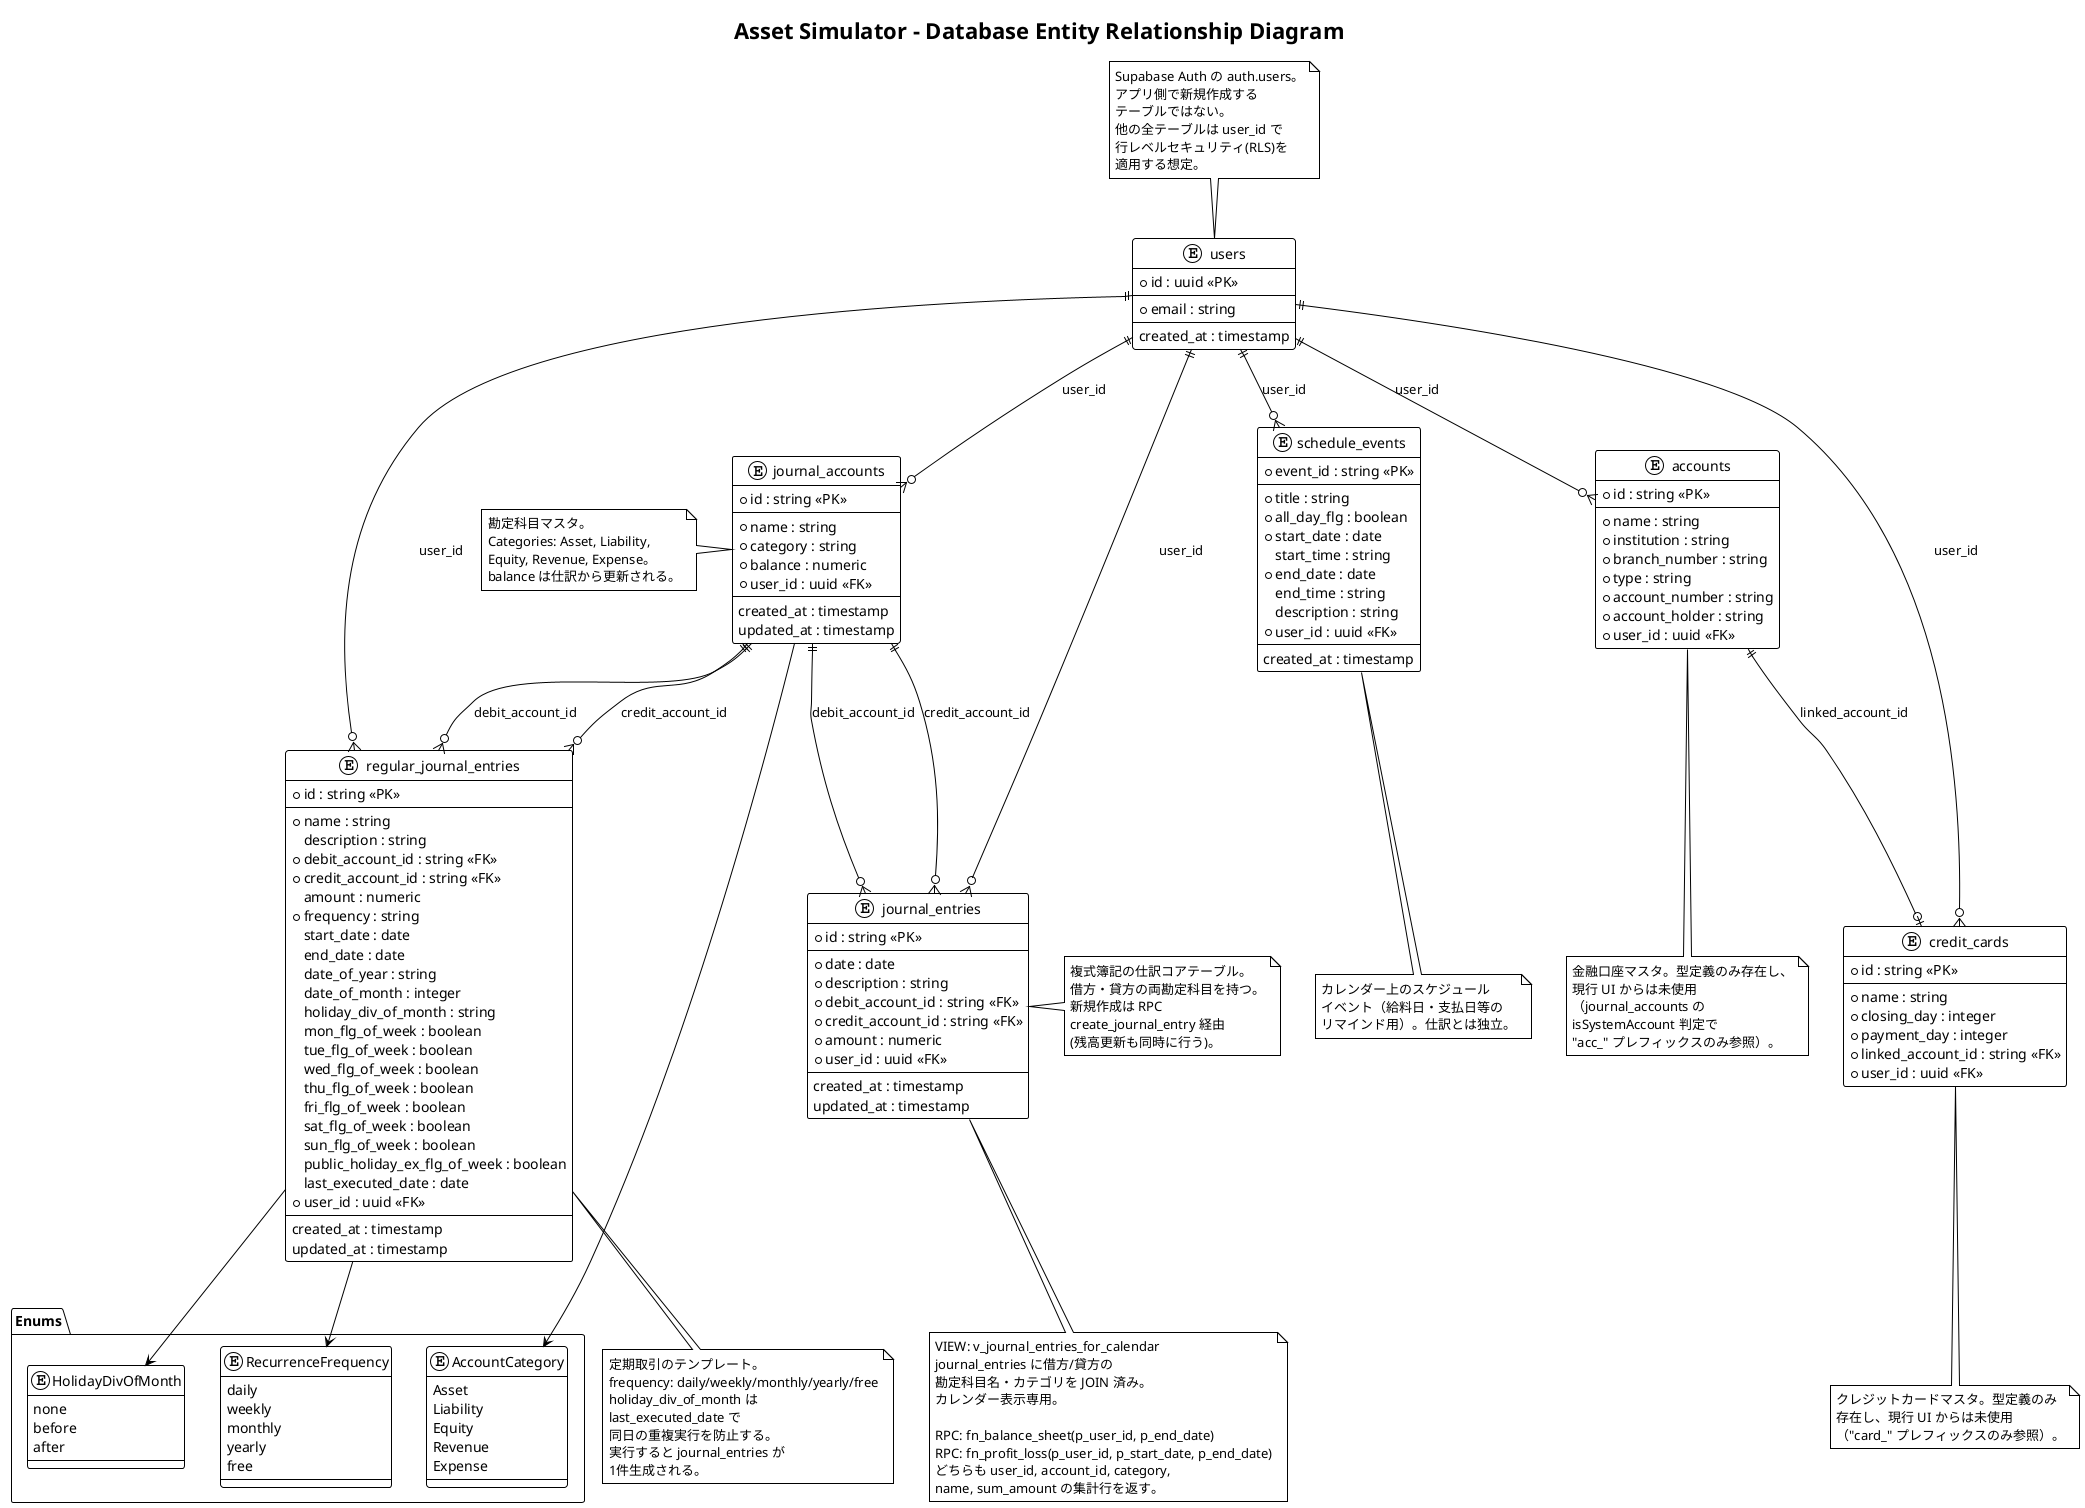
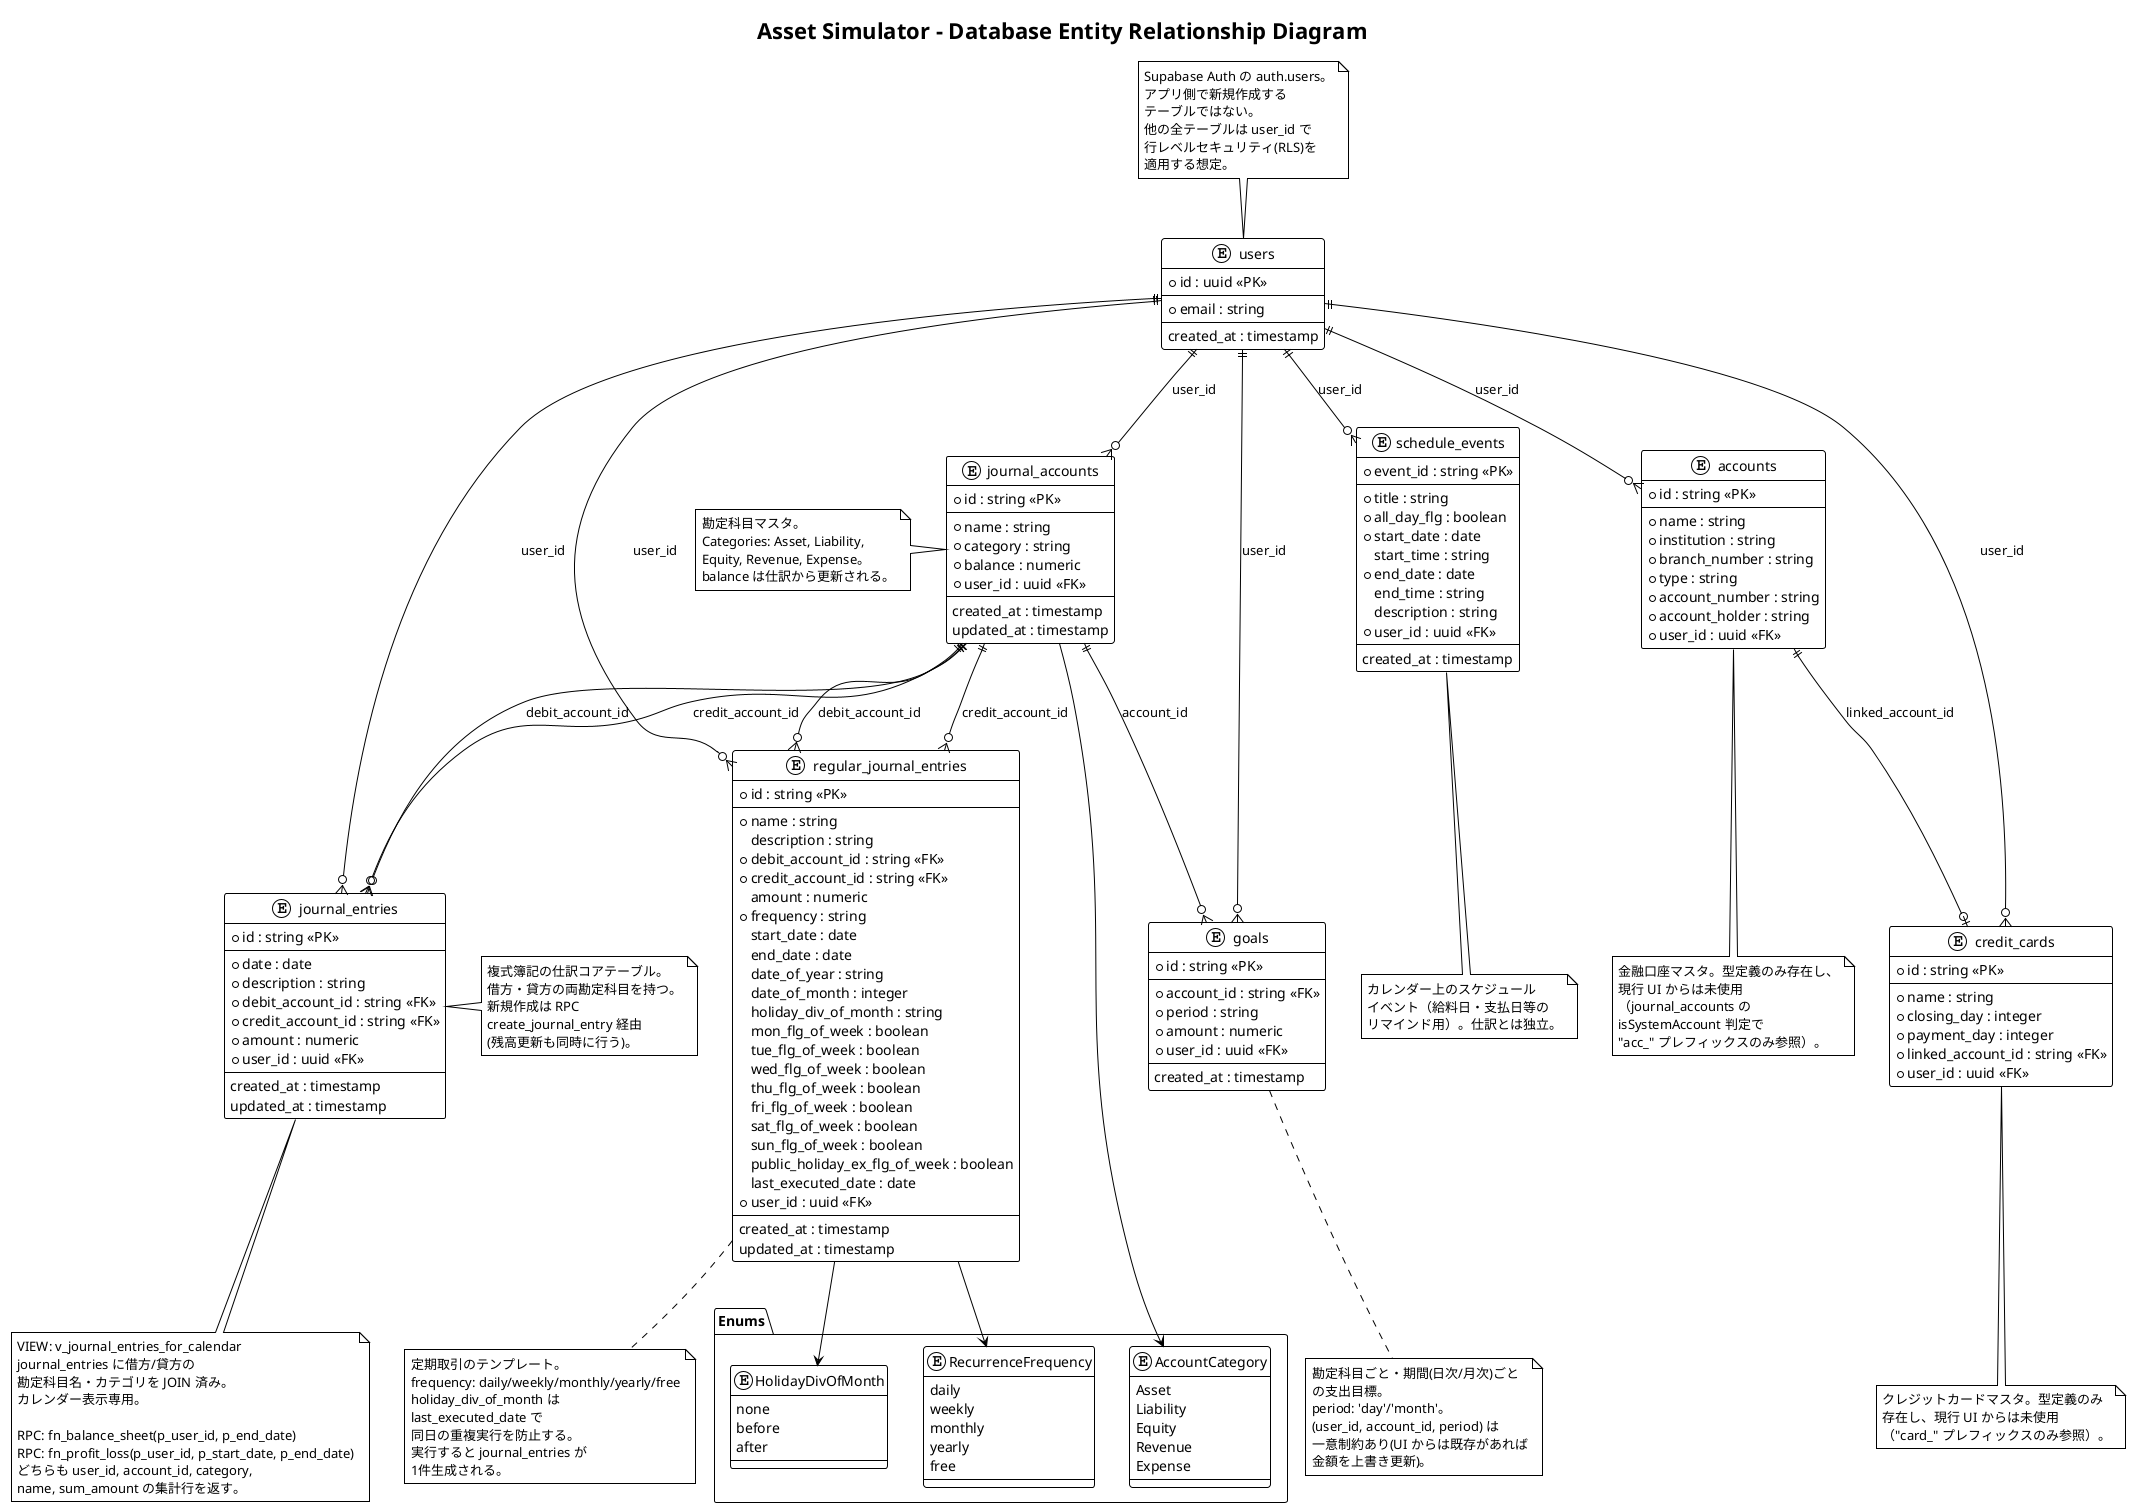
@startuml Database ER Diagram
!theme plain

title Asset Simulator - Database Entity Relationship Diagram

' --- Entities ---
entity "users" as users {
  * id : uuid <<PK>>
  --
  * email : string
  --
  created_at : timestamp
}

entity "journal_accounts" as journal_accounts {
  * id : string <<PK>>
  --
  * name : string
  * category : string
  * balance : numeric
  * user_id : uuid <<FK>>
  --
  created_at : timestamp
  updated_at : timestamp
}

entity "journal_entries" as journal_entries {
  * id : string <<PK>>
  --
  * date : date
  * description : string
  * debit_account_id : string <<FK>>
  * credit_account_id : string <<FK>>
  * amount : numeric
  * user_id : uuid <<FK>>
  --
  created_at : timestamp
  updated_at : timestamp
}

entity "regular_journal_entries" as regular_journal_entries {
  * id : string <<PK>>
  --
  * name : string
  description : string
  * debit_account_id : string <<FK>>
  * credit_account_id : string <<FK>>
  amount : numeric
  * frequency : string
  start_date : date
  end_date : date
  date_of_year : string
  date_of_month : integer
  holiday_div_of_month : string
  mon_flg_of_week : boolean
  tue_flg_of_week : boolean
  wed_flg_of_week : boolean
  thu_flg_of_week : boolean
  fri_flg_of_week : boolean
  sat_flg_of_week : boolean
  sun_flg_of_week : boolean
  public_holiday_ex_flg_of_week : boolean
  last_executed_date : date
  * user_id : uuid <<FK>>
  --
  created_at : timestamp
  updated_at : timestamp
}

entity "schedule_events" as schedule_events {
  * event_id : string <<PK>>
  --
  * title : string
  * all_day_flg : boolean
  * start_date : date
  start_time : string
  * end_date : date
  end_time : string
  description : string
  * user_id : uuid <<FK>>
  --
  created_at : timestamp
}

+ entity "goals" as goals {
+   * id : string <<PK>>
+   --
+   * account_id : string <<FK>>
+   * period : string
+   * amount : numeric
+   * user_id : uuid <<FK>>
+   --
+   created_at : timestamp
+ }
+ 
entity "accounts" as accounts {
  * id : string <<PK>>
  --
  * name : string
  * institution : string
  * branch_number : string
  * type : string
  * account_number : string
  * account_holder : string
  * user_id : uuid <<FK>>
}

entity "credit_cards" as credit_cards {
  * id : string <<PK>>
  --
  * name : string
  * closing_day : integer
  * payment_day : integer
  * linked_account_id : string <<FK>>
  * user_id : uuid <<FK>>
}

' --- Relationships ---
users ||--o{ journal_accounts : "user_id"
users ||--o{ journal_entries : "user_id"
users ||--o{ regular_journal_entries : "user_id"
users ||--o{ schedule_events : "user_id"
users ||--o{ accounts : "user_id"
users ||--o{ credit_cards : "user_id"
+ users ||--o{ goals : "user_id"

accounts ||--o| credit_cards : "linked_account_id"

journal_accounts ||--o{ journal_entries : "debit_account_id"
journal_accounts ||--o{ journal_entries : "credit_account_id"

journal_accounts ||--o{ regular_journal_entries : "debit_account_id"
journal_accounts ||--o{ regular_journal_entries : "credit_account_id"
+ 
+ journal_accounts ||--o{ goals : "account_id"

' --- Notes ---
note top of users
  Supabase Auth の auth.users。
  アプリ側で新規作成する
  テーブルではない。
  他の全テーブルは user_id で
  行レベルセキュリティ(RLS)を
  適用する想定。
end note

note right of journal_entries
  複式簿記の仕訳コアテーブル。
  借方・貸方の両勘定科目を持つ。
  新規作成は RPC
  create_journal_entry 経由
  (残高更新も同時に行う)。
end note

note bottom of regular_journal_entries
  定期取引のテンプレート。
  frequency: daily/weekly/monthly/yearly/free
  holiday_div_of_month は
  'before'/'after'/'none' の文字列。
  last_executed_date で
  同日の重複実行を防止する。
  実行すると journal_entries が
  1件生成される。
end note

note left of journal_accounts
  勘定科目マスタ。
  Categories: Asset, Liability,
  Equity, Revenue, Expense。
  balance は仕訳から更新される。
end note

note bottom of schedule_events
  カレンダー上のスケジュール
  イベント（給料日・支払日等の
  リマインド用）。仕訳とは独立。
end note

+ note bottom of goals
+   勘定科目ごと・期間(日次/月次)ごと
+   の支出目標。
+   period: 'day'/'month'。
+   (user_id, account_id, period) は
+   一意制約あり(UI からは既存があれば
+   金額を上書き更新)。
+ end note
+ 
note bottom of accounts
  金融口座マスタ。型定義のみ存在し、
  現行 UI からは未使用
  （journal_accounts の
  isSystemAccount 判定で
  "acc_" プレフィックスのみ参照）。
end note

note bottom of credit_cards
  クレジットカードマスタ。型定義のみ
  存在し、現行 UI からは未使用
  （"card_" プレフィックスのみ参照）。
end note

' --- Categories ---
package "Enums" {
  enum AccountCategory {
    Asset
    Liability
    Equity
    Revenue
    Expense
  }

  enum RecurrenceFrequency {
    daily
    weekly
    monthly
    yearly
    free
  }

  enum HolidayDivOfMonth {
    none
    before
    after
  }
}

journal_accounts --> AccountCategory
regular_journal_entries --> RecurrenceFrequency
regular_journal_entries --> HolidayDivOfMonth

' --- Views / RPC (documentation only, not physical tables) ---
note as ViewNote
  VIEW: v_journal_entries_for_calendar
  journal_entries に借方/貸方の
  勘定科目名・カテゴリを JOIN 済み。
  カレンダー表示専用。

  RPC: fn_balance_sheet(p_user_id, p_end_date)
  RPC: fn_profit_loss(p_user_id, p_start_date, p_end_date)
  どちらも user_id, account_id, category,
  name, sum_amount の集計行を返す。
end note

journal_entries .. ViewNote

@enduml
